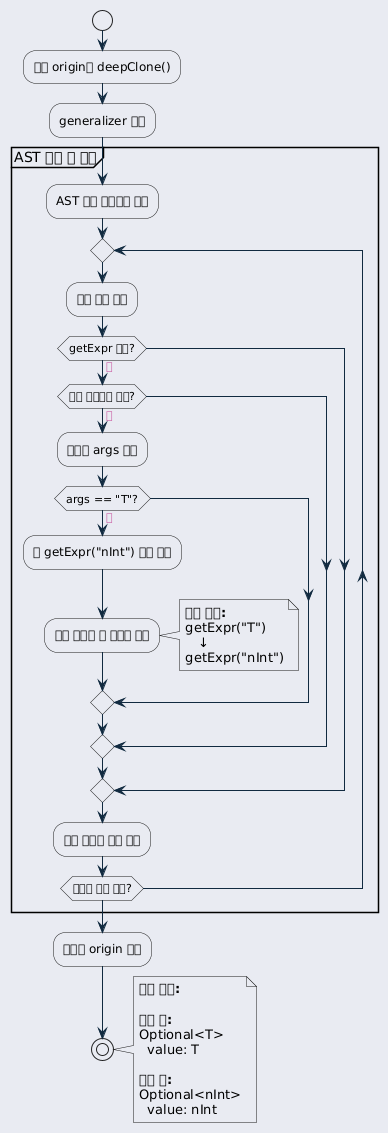
This is ref/generated/ko/inline_umlgraph_26.png from byeolang/website, a PlantUML export, as it was before one commit. The source it was exported from:
```plantuml
@startuml inline_umlgraph_26.png
<style>
  root {
    BackGroundColor: #E9EBF2;
  }
  class, node, object, participant, actor, boundary, control, entity, database, collections, queue {
    LineThickness: 1.5;
    HorizontalAlignment center;
    FontColor: #47637b;
    FontSize: 14;
    FontName: "Courier";
    RoundCorner: 20;
  }
  arrow {
    LineColor: #112a40;
    FontColor: #ca5fa4;
    FontStyle: "bold"
  }
  visibilityIcon {
    protected {
      LineColor DarkGoldenRod
      BackgroundColor DarkGoldenRod
    }
}
</style>
start

:원본 origin을 deepClone();

:generalizer 생성;

partition "AST 순회 및 변환" {
    :AST 루트 노드부터 시작;

    repeat
        :현재 노드 방문;

        if (getExpr 노드?) then (예)
            if (타입 파라메터 참조?) then (예)
                :노드의 args 확인;

                if (args == "T"?) then (예)
                    :새 getExpr("nInt") 노드 생성;
                    :기존 노드를 새 노드로 교체;

                    note right
                      <b>변환 예시:</b>
                      getExpr("T")
                         ↓
                      getExpr("nInt")
                    end note
                endif
            endif
        endif

        :하위 노드들 재귀 순회;

    repeat while (방문할 노드 남음?)
}

:변환된 origin 반환;

stop

note right
  <b>변환 예시:</b>

  <b>변환 전:</b>
  Optional<T>
    value: T

  <b>변환 후:</b>
  Optional<nInt>
    value: nInt
end note
@enduml
```
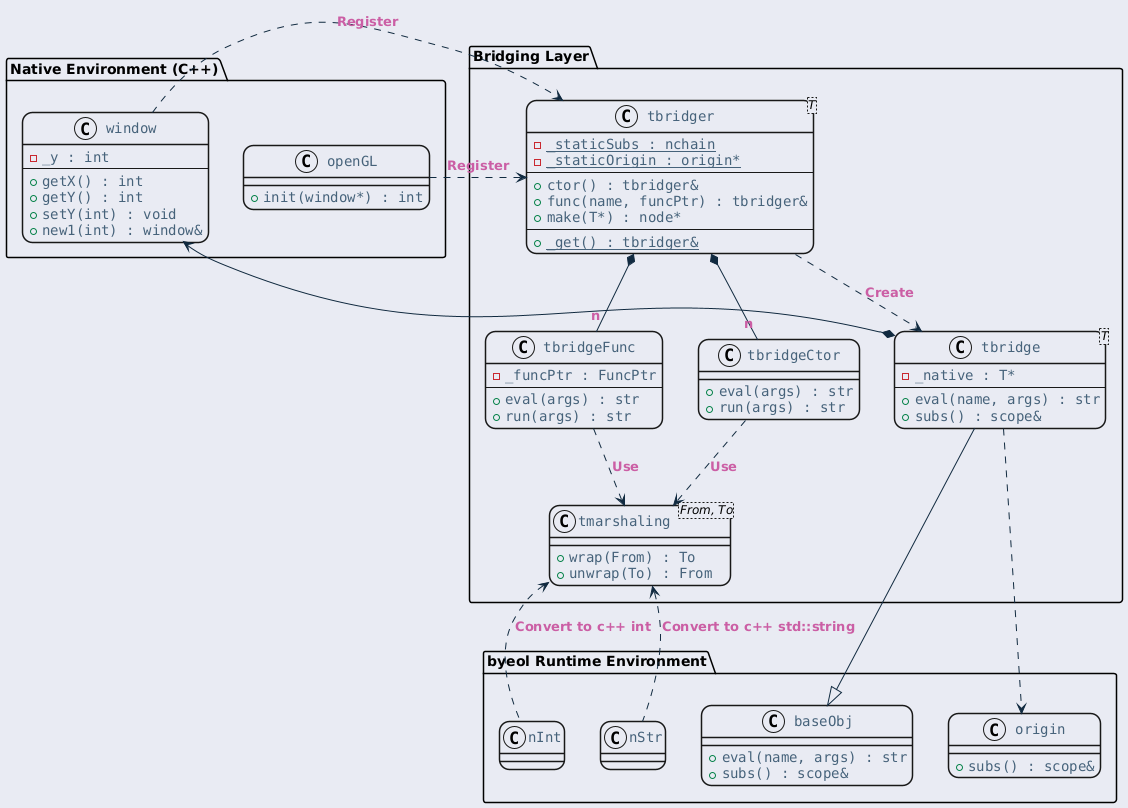
After the change.

Change to the diagram source:
```diff
@@ -23,54 +23,86 @@
     }
 }
 </style>
-start
+package "Native Environment (C++)" {
+    class "window" as window {
+        - _y : int
+        ---
+        + getX() : int
+        + getY() : int
+        + setY(int) : void
+        + new1(int) : window&
+    }
 
-:원본 origin을 deepClone();
-
-:generalizer 생성;
-
-partition "AST 순회 및 변환" {
-    :AST 루트 노드부터 시작;
-
-    repeat
-        :현재 노드 방문;
-
-        if (getExpr 노드?) then (예)
-            if (타입 파라메터 참조?) then (예)
-                :노드의 args 확인;
-
-                if (args == "T"?) then (예)
-                    :새 getExpr("nInt") 노드 생성;
-                    :기존 노드를 새 노드로 교체;
-
-                    note right
-                      <b>변환 예시:</b>
-                      getExpr("T")
-                         ↓
-                      getExpr("nInt")
-                    end note
-                endif
-            endif
-        endif
-
-        :하위 노드들 재귀 순회;
-
-    repeat while (방문할 노드 남음?)
+    class "openGL" as openGL {
+        + init(window*) : int
+    }
 }
 
-:변환된 origin 반환;
+package "Bridging Layer" {
+    class "tbridger<T>" as tbridger {
+        {static} - _staticSubs : nchain
+        {static} - _staticOrigin : origin*
+        ---
+        + ctor() : tbridger&
+        + func(name, funcPtr) : tbridger&
+        + make(T*) : node*
+        ---
+        {static} + _get() : tbridger&
+    }
 
-stop
+    class "tbridge<T>" as tbridge {
+        - _native : T*
+        ---
+        + eval(name, args) : str
+        + subs() : scope&
+    }
 
-note right
-  <b>변환 예시:</b>
+    class "tbridgeFunc" as tbridgeFunc {
+        - _funcPtr : FuncPtr
+        ---
+        + eval(args) : str
+        + run(args) : str
+    }
 
-  <b>변환 전:</b>
-  Optional<T>
-    value: T
+    class "tbridgeCtor" as tbridgeCtor {
+        + eval(args) : str
+        + run(args) : str
+    }
 
-  <b>변환 후:</b>
-  Optional<nInt>
-    value: nInt
-end note
+    class "tmarshaling<From, To>" as tmarshaling {
+        + wrap(From) : To
+        + unwrap(To) : From
+    }
+}
+
+package "byeol Runtime Environment" {
+    class "baseObj" as baseObj {
+        + eval(name, args) : str
+        + subs() : scope&
+    }
+
+    class "origin" as origin {
+        + subs() : scope&
+    }
+
+    class "nInt" as nInt
+    class "nStr" as nStr
+}
+
+window .right.> tbridger : Register
+openGL .right.> tbridger : Register
+
+tbridger ..> tbridge : Create
+tbridger *-- "n" tbridgeFunc
+tbridger *-- "n" tbridgeCtor
+
+tbridge --|> baseObj
+tbridge *--> window
+tbridgeFunc ..> tmarshaling : Use
+tbridgeCtor ..> tmarshaling : Use
+
+tbridge ..> origin
+
+nInt .up.> tmarshaling : Convert to c++ int
+nStr .up.> tmarshaling : Convert to c++ std::string
 @enduml
```
